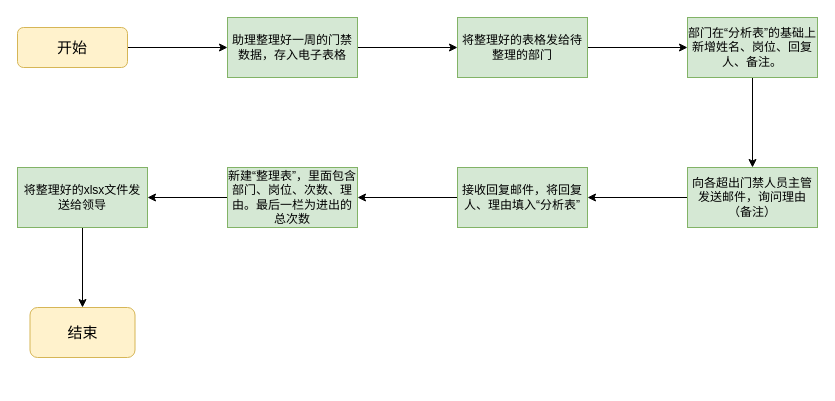
This is flowchart/自动化整理门禁信息.drawio from PenguinLJ/DrawChart, a draw.io file, before an edit. Source tidied: cells renumbered, new cells numbered last; positions are measured from the earlier drawing's top-left corner, leaving out a move shared by most shapes. Both pictures are drawn from the tidied source at 100%, with x=0, y=0 at pixel (17, 17).
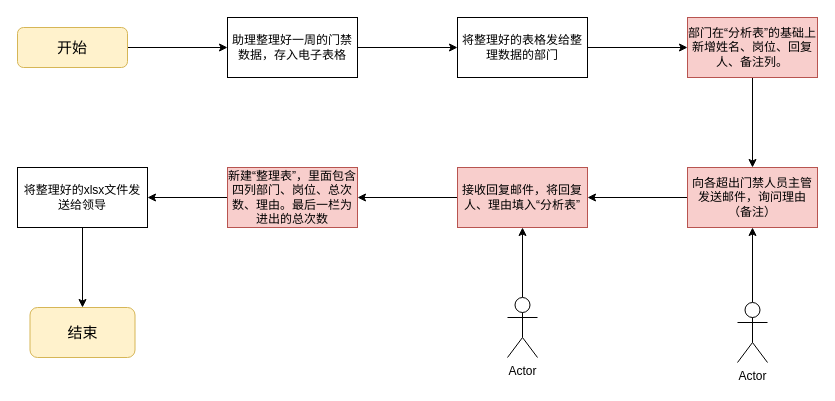
Above is the later version.

Commit message:
更新自动化整理门禁信息.drawio

Diff of the diagram source:
```diff
@@
-    <mxCell id="6" value="助理整理好一周的门禁数据，存入电子表格" style="rounded=0;whiteSpace=wrap;html=1;fillColor=#d5e8d4;strokeColor=#82b366;" parent="1" vertex="1">
+    <mxCell id="6" value="助理整理好一周的门禁数据，存入电子表格" style="rounded=0;whiteSpace=wrap;html=1;" parent="1" vertex="1">
       <mxGeometry x="210" width="130" height="60" as="geometry" />
     </mxCell>
@@
-    <mxCell id="8" value="将整理好的表格发给待整理的部门" style="rounded=0;whiteSpace=wrap;html=1;fillColor=#d5e8d4;strokeColor=#82b366;" parent="1" vertex="1">
+    <mxCell id="8" value="将整理好的表格发给整理数据的部门" style="rounded=0;whiteSpace=wrap;html=1;" parent="1" vertex="1">
       <mxGeometry x="440" width="130" height="60" as="geometry" />
     </mxCell>
@@
-    <mxCell id="10" value="部门在“分析表”的基础上新增姓名、岗位、回复人、备注。" style="rounded=0;whiteSpace=wrap;html=1;fillColor=#d5e8d4;strokeColor=#82b366;" parent="1" vertex="1">
+    <mxCell id="10" value="部门在“分析表”的基础上新增姓名、岗位、回复人、备注列。" style="rounded=0;whiteSpace=wrap;html=1;fillColor=#f8cecc;strokeColor=#b85450;" parent="1" vertex="1">
       <mxGeometry x="670" width="130" height="60" as="geometry" />
     </mxCell>
@@
-    <mxCell id="12" value="向各超出门禁人员主管发送邮件，询问理由（备注）" style="rounded=0;whiteSpace=wrap;html=1;fillColor=#d5e8d4;strokeColor=#82b366;" parent="1" vertex="1">
+    <mxCell id="12" value="向各超出门禁人员主管发送邮件，询问理由（备注）" style="rounded=0;whiteSpace=wrap;html=1;fillColor=#f8cecc;strokeColor=#b85450;" parent="1" vertex="1">
       <mxGeometry x="670" y="150" width="130" height="60" as="geometry" />
     </mxCell>
@@
-    <mxCell id="14" value="接收回复邮件，将回复人、理由填入“分析表”" style="rounded=0;whiteSpace=wrap;html=1;fillColor=#d5e8d4;strokeColor=#82b366;" parent="1" vertex="1">
+    <mxCell id="14" value="接收回复邮件，将回复人、理由填入“分析表”" style="rounded=0;whiteSpace=wrap;html=1;fillColor=#f8cecc;strokeColor=#b85450;" parent="1" vertex="1">
       <mxGeometry x="440" y="150" width="130" height="60" as="geometry" />
     </mxCell>
@@
-    <mxCell id="16" value="新建“整理表”，里面包含部门、岗位、次数、理由。最后一栏为进出的总次数" style="rounded=0;whiteSpace=wrap;html=1;fillColor=#d5e8d4;strokeColor=#82b366;" parent="1" vertex="1">
+    <mxCell id="16" value="新建“整理表”，里面包含四列部门、岗位、总次数、理由。最后一栏为进出的总次数" style="rounded=0;whiteSpace=wrap;html=1;fillColor=#f8cecc;strokeColor=#b85450;" parent="1" vertex="1">
       <mxGeometry x="210" y="150" width="130" height="60" as="geometry" />
     </mxCell>
@@
-    <mxCell id="18" value="将整理好的xlsx文件发送给领导" style="rounded=0;whiteSpace=wrap;html=1;fillColor=#d5e8d4;strokeColor=#82b366;" parent="1" vertex="1">
+    <mxCell id="18" value="将整理好的xlsx文件发送给领导" style="rounded=0;whiteSpace=wrap;html=1;" parent="1" vertex="1">
       <mxGeometry y="150" width="130" height="60" as="geometry" />
     </mxCell>
+    <mxCell id="19" style="edgeStyle=orthogonalEdgeStyle;rounded=0;jettySize=auto;html=1;exitX=0.5;exitY=0;exitDx=0;exitDy=0;exitPerimeter=0;entryX=0.5;entryY=1;entryDx=0;entryDy=0;" parent="1" edge="1" source="20" target="12">
+      <mxGeometry relative="1" as="geometry" />
+    </mxCell>
+    <mxCell id="20" value="Actor" style="shape=umlActor;verticalLabelPosition=bottom;verticalAlign=top;html=1;outlineConnect=0;" parent="1" vertex="1">
+      <mxGeometry x="720" y="285" width="30" height="60" as="geometry" />
+    </mxCell>
+    <mxCell id="21" style="edgeStyle=orthogonalEdgeStyle;rounded=0;jettySize=auto;html=1;entryX=0.5;entryY=1;entryDx=0;entryDy=0;" parent="1" edge="1" source="22" target="14">
+      <mxGeometry relative="1" as="geometry" />
+    </mxCell>
+    <mxCell id="22" value="Actor" style="shape=umlActor;verticalLabelPosition=bottom;verticalAlign=top;html=1;outlineConnect=0;" parent="1" vertex="1">
+      <mxGeometry x="490" y="280" width="30" height="60" as="geometry" />
+    </mxCell>
```
